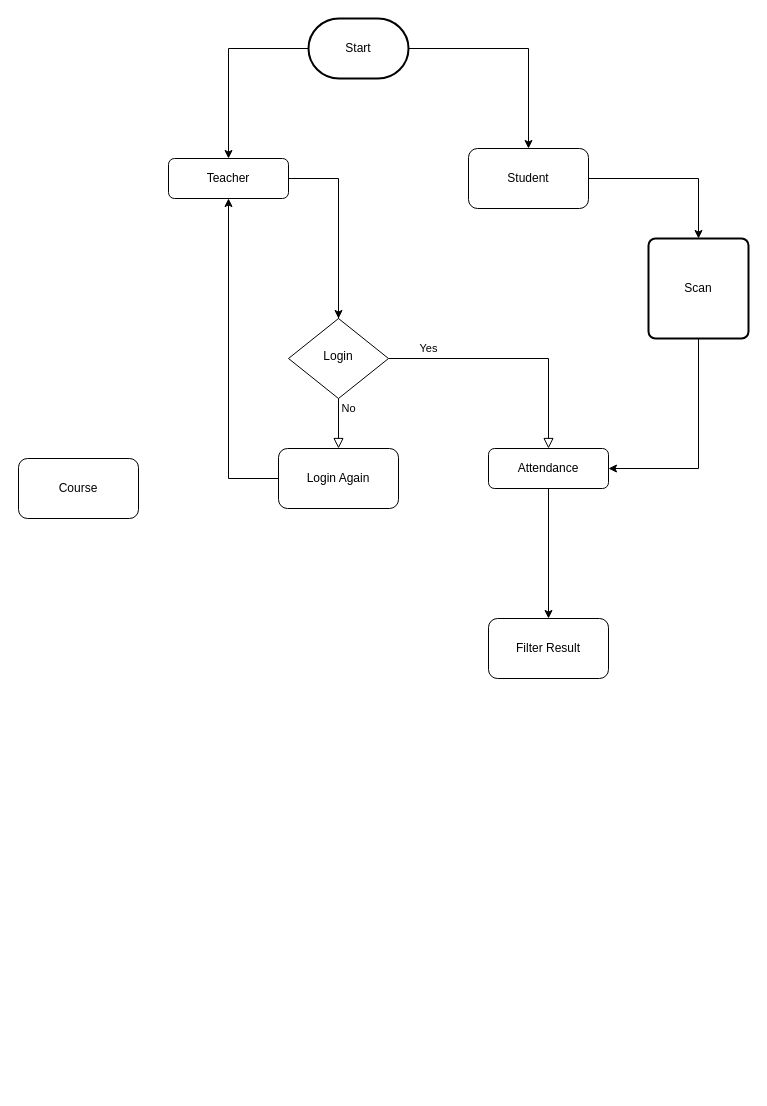
Earlier version of the draw.io diagram Flowchat.drawio (KhunMaungNgwee/InternShipProject). Source tidied: cells renumbered, new cells numbered last; positions are measured from the earlier drawing's top-left corner, leaving out a move shared by most shapes. Both pictures are drawn from the tidied source at 100%, with x=0, y=0 at pixel (18, 18).
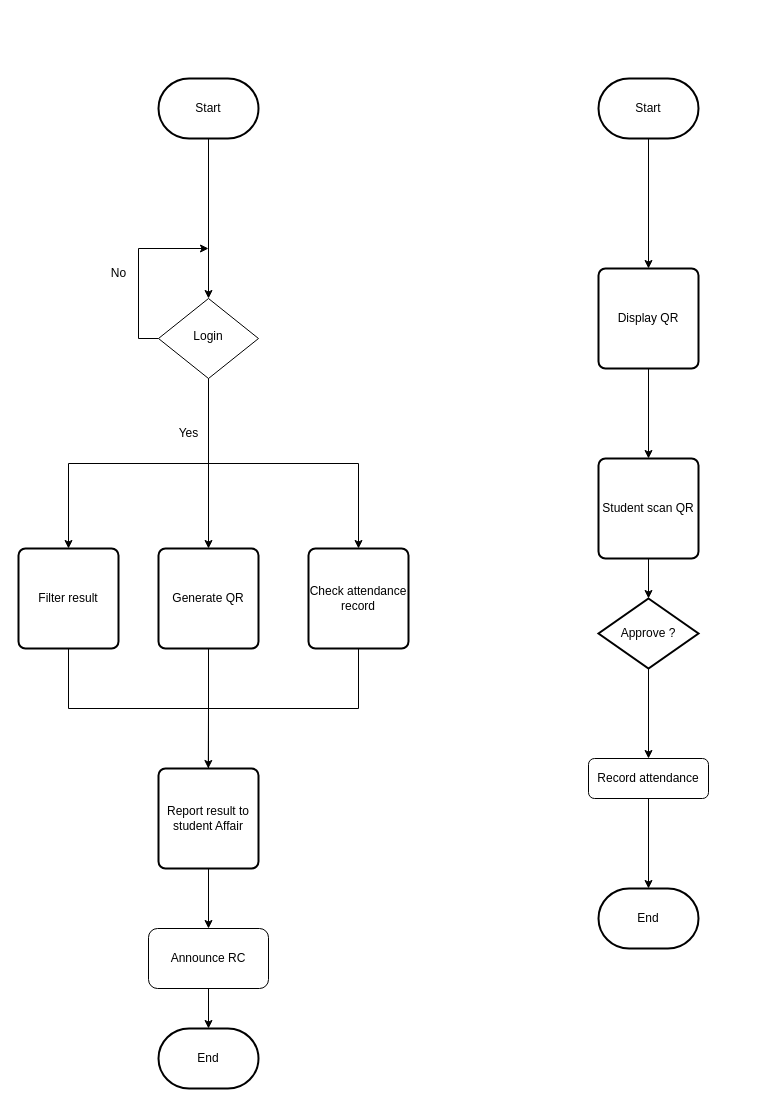
After the change.

The edit, as a diff of the source:
```diff
@@
-<mxGraphModel>
+<mxGraphModel background="#ffffff">
@@
-    <mxCell id="2" style="edgeStyle=orthogonalEdgeStyle;rounded=0;jettySize=auto;html=1;exitX=1;exitY=0.5;exitDx=0;exitDy=0;" parent="1" edge="1" source="3" target="6">
-      <mxGeometry relative="1" as="geometry" />
-    </mxCell>
-    <mxCell id="3" value="Teacher" style="rounded=1;whiteSpace=wrap;html=1;fontSize=12;glass=0;strokeWidth=1;shadow=0;" parent="1" vertex="1">
-      <mxGeometry x="150" y="140" width="120" height="40" as="geometry" />
-    </mxCell>
+    <mxCell id="20" style="edgeStyle=orthogonalEdgeStyle;rounded=0;jettySize=auto;html=1;exitX=0.5;exitY=1;exitDx=0;exitDy=0;entryX=0.5;entryY=0;entryDx=0;entryDy=0;" parent="1" edge="1" source="6" target="33">
+      <mxGeometry relative="1" as="geometry" />
+    </mxCell>
+    <mxCell id="21" style="edgeStyle=orthogonalEdgeStyle;rounded=0;jettySize=auto;html=1;exitX=0.5;exitY=1;exitDx=0;exitDy=0;" parent="1" edge="1" source="6" target="35">
+      <mxGeometry relative="1" as="geometry" />
+    </mxCell>
+    <mxCell id="22" style="edgeStyle=orthogonalEdgeStyle;rounded=0;jettySize=auto;html=1;exitX=0.5;exitY=1;exitDx=0;exitDy=0;" parent="1" edge="1" source="6" target="27">
+      <mxGeometry relative="1" as="geometry" />
+    </mxCell>
+    <mxCell id="23" style="edgeStyle=orthogonalEdgeStyle;rounded=0;jettySize=auto;html=1;exitX=0;exitY=0.5;exitDx=0;exitDy=0;" parent="1" edge="1" source="6">
+      <mxGeometry relative="1" as="geometry">
+        <mxPoint x="190" y="230" as="targetPoint" />
+        <Array as="points">
+          <mxPoint x="120" y="320" />
+          <mxPoint x="120" y="230" />
+        </Array>
+      </mxGeometry>
+    </mxCell>
+    <mxCell id="6" value="Login" style="rhombus;whiteSpace=wrap;html=1;shadow=0;fontFamily=Helvetica;fontSize=12;align=center;strokeWidth=1;spacing=6;spacingTop=-4;" parent="1" vertex="1">
+      <mxGeometry x="140" y="280" width="100" height="80" as="geometry" />
+    </mxCell>
+    <mxCell id="8" value="Record attendance" style="rounded=1;whiteSpace=wrap;html=1;fontSize=12;glass=0;strokeWidth=1;shadow=0;" parent="1" vertex="1">
+      <mxGeometry x="570" y="740" width="120" height="40" as="geometry" />
+    </mxCell>
+    <mxCell id="14" value="Announce RC" style="rounded=1;whiteSpace=wrap;html=1;" parent="1" vertex="1">
+      <mxGeometry x="130" y="910" width="120" height="60" as="geometry" />
+    </mxCell>
+    <mxCell id="24" style="edgeStyle=orthogonalEdgeStyle;rounded=0;jettySize=auto;html=1;exitX=0.5;exitY=1;exitDx=0;exitDy=0;exitPerimeter=0;" parent="1" edge="1" source="17" target="6">
+      <mxGeometry relative="1" as="geometry" />
+    </mxCell>
+    <mxCell id="17" value="Start" style="strokeWidth=2;html=1;shape=mxgraph.flowchart.terminator;whiteSpace=wrap;" parent="1" vertex="1">
+      <mxGeometry x="140" y="60" width="100" height="60" as="geometry" />
+    </mxCell>
+    <mxCell id="19" value="Student scan QR" style="rounded=1;whiteSpace=wrap;html=1;absoluteArcSize=1;arcSize=14;strokeWidth=2;" parent="1" vertex="1">
+      <mxGeometry x="580" y="440" width="100" height="100" as="geometry" />
+    </mxCell>
+    <mxCell id="25" value="End" style="strokeWidth=2;html=1;shape=mxgraph.flowchart.terminator;whiteSpace=wrap;" parent="1" vertex="1">
+      <mxGeometry x="140" y="1010" width="100" height="60" as="geometry" />
+    </mxCell>
-    <mxCell id="4" value="Yes" style="rounded=0;html=1;jettySize=auto;fontSize=11;endArrow=block;endFill=0;endSize=8;strokeWidth=1;shadow=0;labelBackgroundColor=none;edgeStyle=orthogonalEdgeStyle;entryX=0.5;entryY=0;entryDx=0;entryDy=0;" parent="1" edge="1" source="6" target="10">
-      <mxGeometry x="0.13" y="90" relative="1" as="geometry">
-        <Array as="points">
-          <mxPoint x="320" y="250" />
-          <mxPoint x="320" y="360" />
-        </Array>
-      </mxGeometry>
+    <mxCell id="4" value="Yes" style="text;html=1;align=center;verticalAlign=middle;strokeColor=none;fillColor=none;" parent="1" vertex="1">
+      <mxGeometry x="150" y="400" width="40" height="30" as="geometry" />
     </mxCell>
+    <mxCell id="26" style="edgeStyle=orthogonalEdgeStyle;rounded=0;jettySize=auto;html=1;exitX=0.5;exitY=1;exitDx=0;exitDy=0;" parent="1" edge="1" source="27">
+      <mxGeometry relative="1" as="geometry">
+        <mxPoint x="189.8" y="750" as="targetPoint" />
+      </mxGeometry>
+    </mxCell>
+    <mxCell id="27" value="Generate QR" style="rounded=1;whiteSpace=wrap;html=1;absoluteArcSize=1;arcSize=14;strokeWidth=2;" parent="1" vertex="1">
+      <mxGeometry x="140" y="530" width="100" height="100" as="geometry" />
+    </mxCell>
+    <mxCell id="28" style="edgeStyle=orthogonalEdgeStyle;rounded=0;jettySize=auto;html=1;exitX=0.5;exitY=1;exitDx=0;exitDy=0;entryX=0.5;entryY=0;entryDx=0;entryDy=0;" parent="1" edge="1" source="29" target="19">
+      <mxGeometry relative="1" as="geometry" />
+    </mxCell>
+    <mxCell id="29" value="Display QR" style="rounded=1;whiteSpace=wrap;html=1;absoluteArcSize=1;arcSize=14;strokeWidth=2;" parent="1" vertex="1">
+      <mxGeometry x="580" y="250" width="100" height="100" as="geometry" />
+    </mxCell>
+    <mxCell id="30" style="edgeStyle=orthogonalEdgeStyle;rounded=0;jettySize=auto;html=1;exitX=0.5;exitY=1;exitDx=0;exitDy=0;exitPerimeter=0;entryX=0.5;entryY=0;entryDx=0;entryDy=0;" parent="1" edge="1" source="31" target="8">
+      <mxGeometry relative="1" as="geometry" />
+    </mxCell>
+    <mxCell id="31" value="Approve ?" style="strokeWidth=2;html=1;shape=mxgraph.flowchart.decision;whiteSpace=wrap;" parent="1" vertex="1">
+      <mxGeometry x="580" y="580" width="100" height="70" as="geometry" />
+    </mxCell>
+    <mxCell id="32" style="edgeStyle=orthogonalEdgeStyle;rounded=0;jettySize=auto;html=1;exitX=0.5;exitY=1;exitDx=0;exitDy=0;entryX=0;entryY=0.5;entryDx=0;entryDy=0;" parent="1" edge="1" source="33" target="37">
+      <mxGeometry relative="1" as="geometry">
+        <Array as="points">
+          <mxPoint x="340" y="690" />
+          <mxPoint x="190" y="690" />
+          <mxPoint x="190" y="800" />
+        </Array>
+      </mxGeometry>
+    </mxCell>
+    <mxCell id="33" value="Check attendance record" style="rounded=1;whiteSpace=wrap;html=1;absoluteArcSize=1;arcSize=14;strokeWidth=2;" parent="1" vertex="1">
+      <mxGeometry x="290" y="530" width="100" height="100" as="geometry" />
+    </mxCell>
+    <mxCell id="34" style="edgeStyle=orthogonalEdgeStyle;rounded=0;jettySize=auto;html=1;exitX=0.5;exitY=1;exitDx=0;exitDy=0;entryX=0;entryY=0.5;entryDx=0;entryDy=0;" parent="1" edge="1" source="35" target="37">
+      <mxGeometry relative="1" as="geometry">
+        <Array as="points">
+          <mxPoint x="50" y="690" />
+          <mxPoint x="190" y="690" />
+          <mxPoint x="190" y="800" />
+        </Array>
+      </mxGeometry>
+    </mxCell>
+    <mxCell id="35" value="Filter result" style="rounded=1;whiteSpace=wrap;html=1;absoluteArcSize=1;arcSize=14;strokeWidth=2;" parent="1" vertex="1">
+      <mxGeometry y="530" width="100" height="100" as="geometry" />
+    </mxCell>
+    <mxCell id="36" style="edgeStyle=orthogonalEdgeStyle;rounded=0;jettySize=auto;html=1;exitX=0.5;exitY=1;exitDx=0;exitDy=0;entryX=0.5;entryY=0;entryDx=0;entryDy=0;" parent="1" edge="1" source="37" target="14">
+      <mxGeometry relative="1" as="geometry" />
+    </mxCell>
+    <mxCell id="37" value="Report result to student Affair" style="rounded=1;whiteSpace=wrap;html=1;absoluteArcSize=1;arcSize=14;strokeWidth=2;" parent="1" vertex="1">
+      <mxGeometry x="140" y="750" width="100" height="100" as="geometry" />
+    </mxCell>
+    <mxCell id="38" style="edgeStyle=orthogonalEdgeStyle;rounded=0;jettySize=auto;html=1;exitX=0.5;exitY=1;exitDx=0;exitDy=0;entryX=0.5;entryY=0;entryDx=0;entryDy=0;entryPerimeter=0;" parent="1" edge="1" source="19" target="31">
+      <mxGeometry relative="1" as="geometry" />
+    </mxCell>
-    <mxCell id="5" value="No" style="edgeStyle=orthogonalEdgeStyle;rounded=0;html=1;jettySize=auto;fontSize=11;endArrow=block;endFill=0;endSize=8;strokeWidth=1;shadow=0;labelBackgroundColor=none;" parent="1" edge="1" source="6" target="8">
-      <mxGeometry x="-1" y="-64" relative="1" as="geometry">
-        <mxPoint x="-40" y="-14" as="offset" />
-      </mxGeometry>
+    <mxCell id="5" value="No" style="text;html=1;align=center;verticalAlign=middle;strokeColor=none;fillColor=none;" parent="1" vertex="1">
+      <mxGeometry x="80" y="240" width="40" height="30" as="geometry" />
     </mxCell>
-    <mxCell id="6" value="Login" style="rhombus;whiteSpace=wrap;html=1;shadow=0;fontFamily=Helvetica;fontSize=12;align=center;strokeWidth=1;spacing=6;spacingTop=-4;" parent="1" vertex="1">
-      <mxGeometry x="270" y="300" width="100" height="80" as="geometry" />
-    </mxCell>
-    <mxCell id="7" style="edgeStyle=orthogonalEdgeStyle;rounded=0;jettySize=auto;html=1;exitX=1;exitY=0.5;exitDx=0;exitDy=0;" parent="1" edge="1" source="8" target="14">
-      <mxGeometry relative="1" as="geometry">
-        <Array as="points">
-          <mxPoint x="530" y="450" />
-        </Array>
-      </mxGeometry>
-    </mxCell>
-    <mxCell id="8" value="&lt;div&gt;Attendance&lt;/div&gt;" style="rounded=1;whiteSpace=wrap;html=1;fontSize=12;glass=0;strokeWidth=1;shadow=0;" parent="1" vertex="1">
-      <mxGeometry x="470" y="430" width="120" height="40" as="geometry" />
-    </mxCell>
-    <mxCell id="9" style="edgeStyle=orthogonalEdgeStyle;rounded=0;jettySize=auto;html=1;exitX=0;exitY=0.5;exitDx=0;exitDy=0;entryX=0.5;entryY=1;entryDx=0;entryDy=0;" parent="1" edge="1" source="10" target="3">
-      <mxGeometry relative="1" as="geometry" />
-    </mxCell>
-    <mxCell id="10" value="Login Again" style="rounded=1;whiteSpace=wrap;html=1;" parent="1" vertex="1">
-      <mxGeometry x="260" y="430" width="120" height="60" as="geometry" />
-    </mxCell>
-    <mxCell id="11" style="edgeStyle=orthogonalEdgeStyle;rounded=0;jettySize=auto;html=1;exitX=1;exitY=0.5;exitDx=0;exitDy=0;entryX=0.5;entryY=0;entryDx=0;entryDy=0;" parent="1" edge="1" source="12" target="19">
-      <mxGeometry relative="1" as="geometry" />
-    </mxCell>
-    <mxCell id="12" value="Student" style="rounded=1;whiteSpace=wrap;html=1;" parent="1" vertex="1">
-      <mxGeometry x="450" y="130" width="120" height="60" as="geometry" />
-    </mxCell>
-    <mxCell id="13" value="Course" style="rounded=1;whiteSpace=wrap;html=1;" parent="1" vertex="1">
-      <mxGeometry y="440" width="120" height="60" as="geometry" />
-    </mxCell>
-    <mxCell id="14" value="Filter Result" style="rounded=1;whiteSpace=wrap;html=1;" parent="1" vertex="1">
-      <mxGeometry x="470" y="600" width="120" height="60" as="geometry" />
-    </mxCell>
-    <mxCell id="15" style="edgeStyle=orthogonalEdgeStyle;rounded=0;jettySize=auto;html=1;exitX=0;exitY=0.5;exitDx=0;exitDy=0;exitPerimeter=0;entryX=0.5;entryY=0;entryDx=0;entryDy=0;" parent="1" edge="1" source="17" target="3">
-      <mxGeometry relative="1" as="geometry" />
-    </mxCell>
-    <mxCell id="16" style="edgeStyle=orthogonalEdgeStyle;rounded=0;jettySize=auto;html=1;exitX=1;exitY=0.5;exitDx=0;exitDy=0;exitPerimeter=0;entryX=0.5;entryY=0;entryDx=0;entryDy=0;" parent="1" edge="1" source="17" target="12">
-      <mxGeometry relative="1" as="geometry" />
-    </mxCell>
-    <mxCell id="17" value="Start" style="strokeWidth=2;html=1;shape=mxgraph.flowchart.terminator;whiteSpace=wrap;" parent="1" vertex="1">
-      <mxGeometry x="290" width="100" height="60" as="geometry" />
-    </mxCell>
-    <mxCell id="18" style="edgeStyle=orthogonalEdgeStyle;rounded=0;jettySize=auto;html=1;exitX=0.5;exitY=1;exitDx=0;exitDy=0;entryX=1;entryY=0.5;entryDx=0;entryDy=0;" parent="1" edge="1" source="19" target="8">
-      <mxGeometry relative="1" as="geometry" />
-    </mxCell>
-    <mxCell id="19" value="Scan" style="rounded=1;whiteSpace=wrap;html=1;absoluteArcSize=1;arcSize=14;strokeWidth=2;" parent="1" vertex="1">
-      <mxGeometry x="630" y="220" width="100" height="100" as="geometry" />
-    </mxCell>
+    <mxCell id="39" style="edgeStyle=orthogonalEdgeStyle;rounded=0;orthogonalLoop=1;jettySize=auto;html=1;exitX=0.5;exitY=1;exitDx=0;exitDy=0;" parent="1" edge="1" source="27" target="27">
+      <mxGeometry relative="1" as="geometry" />
+    </mxCell>
+    <mxCell id="40" style="edgeStyle=orthogonalEdgeStyle;rounded=0;jettySize=auto;html=1;exitX=0.5;exitY=1;exitDx=0;exitDy=0;entryX=0.5;entryY=0;entryDx=0;entryDy=0;entryPerimeter=0;" parent="1" edge="1" source="14" target="25">
+      <mxGeometry relative="1" as="geometry" />
+    </mxCell>
+    <mxCell id="41" style="edgeStyle=orthogonalEdgeStyle;rounded=0;jettySize=auto;html=1;exitX=0.5;exitY=1;exitDx=0;exitDy=0;exitPerimeter=0;" parent="1" edge="1" source="42" target="29">
+      <mxGeometry relative="1" as="geometry" />
+    </mxCell>
+    <mxCell id="42" value="Start" style="strokeWidth=2;html=1;shape=mxgraph.flowchart.terminator;whiteSpace=wrap;" parent="1" vertex="1">
+      <mxGeometry x="580" y="60" width="100" height="60" as="geometry" />
+    </mxCell>
+    <mxCell id="43" value="End" style="strokeWidth=2;html=1;shape=mxgraph.flowchart.terminator;whiteSpace=wrap;" parent="1" vertex="1">
+      <mxGeometry x="580" y="870" width="100" height="60" as="geometry" />
+    </mxCell>
+    <mxCell id="44" style="edgeStyle=orthogonalEdgeStyle;rounded=0;jettySize=auto;html=1;exitX=0.5;exitY=1;exitDx=0;exitDy=0;entryX=0.5;entryY=0;entryDx=0;entryDy=0;entryPerimeter=0;" parent="1" edge="1" source="8" target="43">
+      <mxGeometry relative="1" as="geometry" />
+    </mxCell>
```
